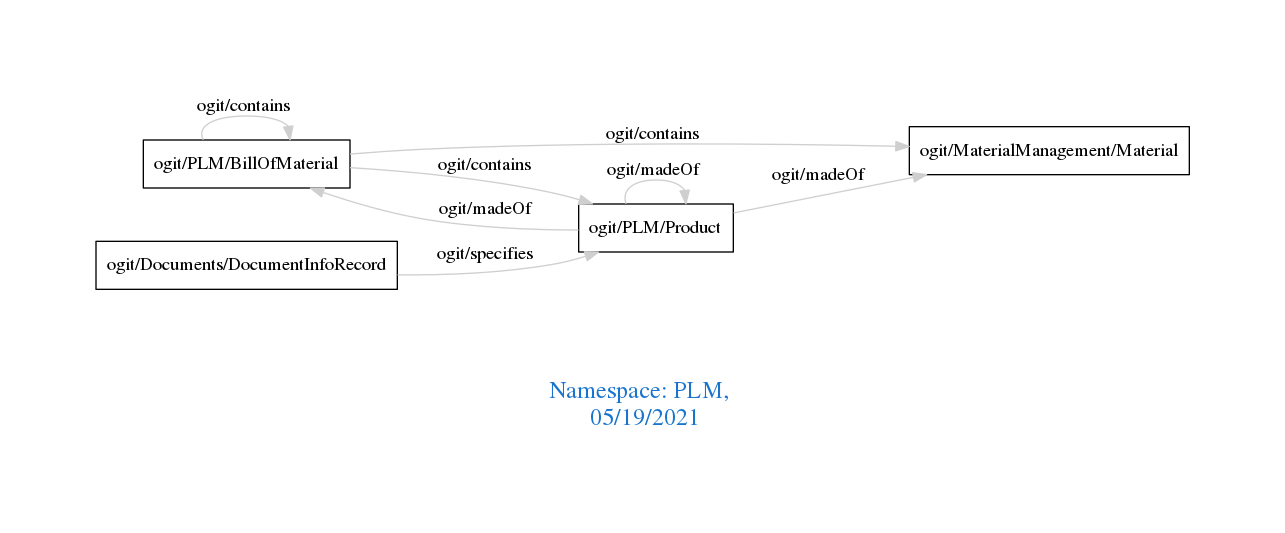
arago/OGIT keeps this Graphviz diagram as downloads/PLM.png. Above is the earlier version. Its source is kept beside it as downloads/PLM.dot. Source of this version:
```dot
digraph OGIT_ontology {
 graph [ rankdir= LR,pad=1
fontsize = 18,
fontcolor= dodgerblue3,label = "\n\n\nNamespace: PLM, \n 05/19/2021"];
node[shape=polygon];
edge [  color="gray81"];

   "ogit/PLM/BillOfMaterial" -> "ogit/PLM/Product" [label="   ogit/contains    "];
   "ogit/PLM/BillOfMaterial" -> "ogit/MaterialManagement/Material" [label="   ogit/contains    "];
   "ogit/Documents/DocumentInfoRecord" -> "ogit/PLM/Product" [label="   ogit/specifies    "];
   "ogit/PLM/Product" -> "ogit/PLM/BillOfMaterial" [label="   ogit/madeOf    "];
   "ogit/PLM/Product" -> "ogit/MaterialManagement/Material" [label="   ogit/madeOf    "];
   "ogit/PLM/BillOfMaterial" -> "ogit/PLM/BillOfMaterial" [label="   ogit/contains    "];
   "ogit/PLM/Product" -> "ogit/PLM/Product" [label="   ogit/madeOf    "];
}
```
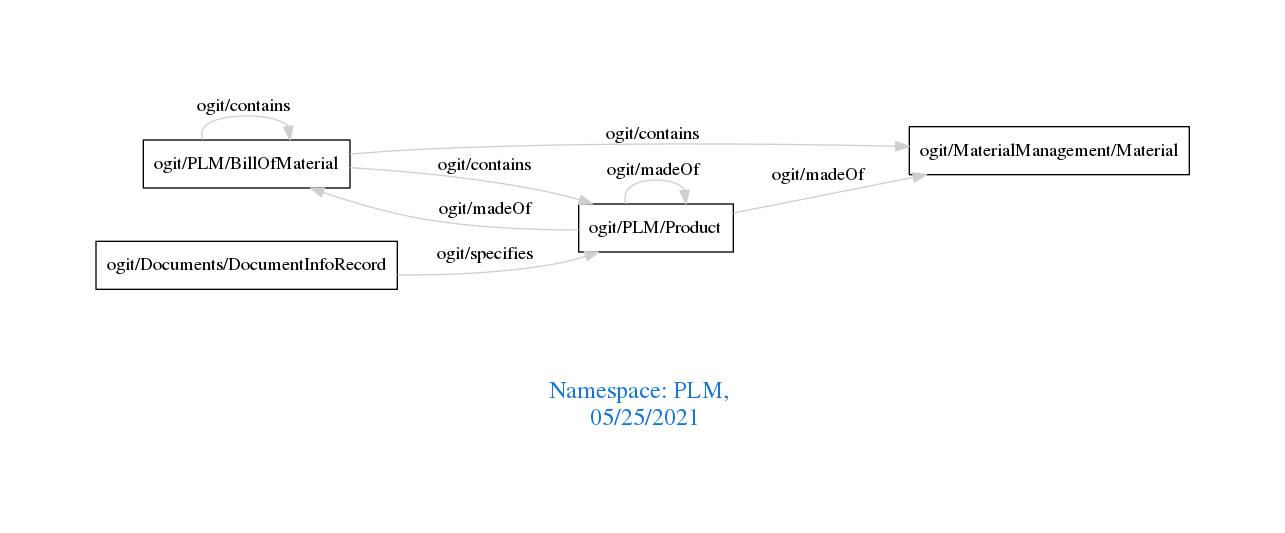
After the change.

Diff of the diagram source:
```diff
@@ -1,7 +1,7 @@
 digraph OGIT_ontology {
  graph [ rankdir= LR,pad=1
 fontsize = 18,
-fontcolor= dodgerblue3,label = "\n\n\nNamespace: PLM, \n 05/19/2021"];
+fontcolor= dodgerblue3,label = "\n\n\nNamespace: PLM, \n 05/25/2021"];
 node[shape=polygon];
 edge [  color="gray81"];
 
```
